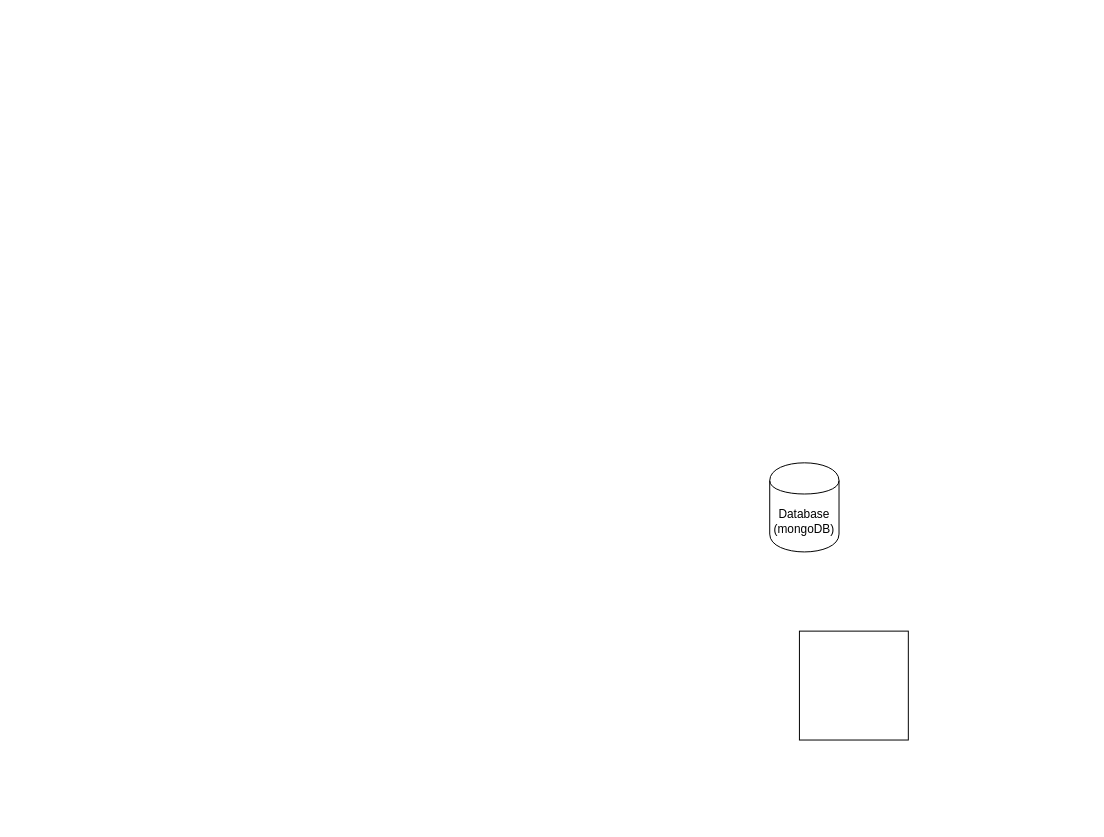
This is public/EI bot.drawio from xtforgame/az-drawio-dev, a draw.io file, before an edit. Source tidied: cells renumbered, new cells numbered last; positions are measured from the earlier drawing's top-left corner, leaving out a move shared by most shapes. Both pictures are drawn from the tidied source at 99%, with x=0, y=0 at pixel (769, 462).
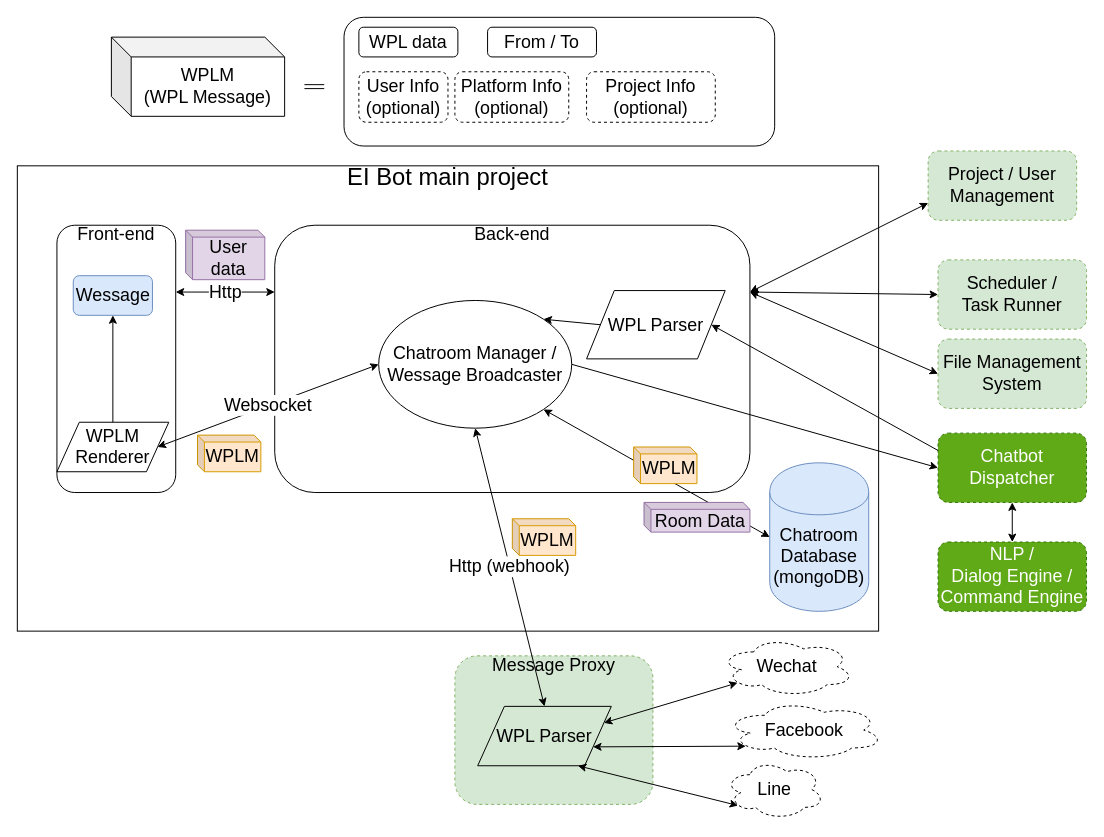
The same diagram, later.

Change to the diagram source:
```diff
@@
-    <mxCell id="2" style="whiteSpace=wrap;html=1;" parent="1" vertex="1">
-      <mxGeometry x="30" y="170" width="110" height="110" as="geometry" />
-    </mxCell>
+    <mxCell id="4" value="&lt;font&gt;&lt;font style=&quot;font-size: 24px&quot;&gt;EI Bot main project&lt;br&gt;&lt;br&gt;&lt;br&gt;&lt;br&gt;&lt;br&gt;&lt;br&gt;&lt;br&gt;&lt;br&gt;&lt;br&gt;&lt;br&gt;&lt;br&gt;&lt;br&gt;&lt;br&gt;&lt;br&gt;&lt;br&gt;&lt;br&gt;&lt;/font&gt;&lt;br&gt;&lt;/font&gt;" style="rounded=0;whiteSpace=wrap;html=1;fillColor=none;" parent="1" vertex="1">
+      <mxGeometry x="-760" y="-300" width="870" height="470" as="geometry" />
+    </mxCell>
+    <mxCell id="5" value="&lt;font style=&quot;font-size: 18px&quot;&gt;Front-end&lt;br&gt;&lt;br&gt;&lt;br&gt;&lt;br&gt;&lt;br&gt;&lt;br&gt;&lt;br&gt;&lt;br&gt;&lt;br&gt;&lt;br&gt;&lt;br&gt;&lt;br&gt;&lt;/font&gt;&lt;br&gt;" style="rounded=1;whiteSpace=wrap;html=1;fillColor=none;" parent="1" vertex="1">
+      <mxGeometry x="-720" y="-240" width="120" height="270" as="geometry" />
+    </mxCell>
-    <mxCell id="3" value="Database&lt;br&gt;(mongoDB)&lt;br&gt;" style="shape=cylinder;whiteSpace=wrap;html=1;boundedLbl=1;backgroundOutline=1;" parent="1" vertex="1">
-      <mxGeometry width="70" height="90" as="geometry" />
+    <mxCell id="3" value="&lt;font style=&quot;font-size: 18px&quot;&gt;Chatroom&lt;br&gt;Database&lt;br&gt;(mongoDB)&lt;/font&gt;&lt;br&gt;" style="shape=cylinder;whiteSpace=wrap;html=1;boundedLbl=1;backgroundOutline=1;fillColor=#dae8fc;strokeColor=#6c8ebf;" parent="1" vertex="1">
+      <mxGeometry width="100" height="150" as="geometry" />
     </mxCell>
+    <mxCell id="6" value="&lt;font style=&quot;font-size: 18px&quot;&gt;Back-end&lt;br&gt;&lt;br&gt;&lt;br&gt;&lt;br&gt;&lt;br&gt;&lt;br&gt;&lt;br&gt;&lt;br&gt;&lt;br&gt;&lt;br&gt;&lt;br&gt;&lt;br&gt;&lt;/font&gt;&lt;br&gt;" style="rounded=1;whiteSpace=wrap;html=1;fillColor=none;" parent="1" vertex="1">
+      <mxGeometry x="-500" y="-240" width="480" height="270" as="geometry" />
+    </mxCell>
+    <mxCell id="7" value="Project / User Management" style="rounded=1;whiteSpace=wrap;html=1;fillColor=#d5e8d4;dashed=1;strokeColor=#82b366;fontSize=18;" parent="1" vertex="1">
+      <mxGeometry x="160" y="-315" width="150" height="70" as="geometry" />
+    </mxCell>
+    <mxCell id="8" value="&lt;font style=&quot;font-size: 18px&quot;&gt;Websocket&lt;/font&gt;&lt;br&gt;" style="endArrow=classic;startArrow=classic;html=1;entryX=0;entryY=0.5;entryDx=0;entryDy=0;exitX=1;exitY=0.5;exitDx=0;exitDy=0;" parent="1" edge="1" source="27" target="20">
+      <mxGeometry relative="1" as="geometry" />
+    </mxCell>
+    <mxCell id="9" value="&lt;font style=&quot;font-size: 18px&quot;&gt;Http&lt;/font&gt;&lt;br&gt;" style="endArrow=classic;startArrow=classic;html=1;entryX=0;entryY=0.25;entryDx=0;entryDy=0;exitX=1;exitY=0.25;exitDx=0;exitDy=0;" parent="1" edge="1" source="5" target="6">
+      <mxGeometry relative="1" as="geometry" />
+    </mxCell>
+    <mxCell id="10" style="endArrow=classic;startArrow=classic;html=1;entryX=0;entryY=0.75;entryDx=0;entryDy=0;exitX=1;exitY=0.25;exitDx=0;exitDy=0;" parent="1" edge="1" source="6" target="7">
+      <mxGeometry relative="1" as="geometry" />
+    </mxCell>
+    <mxCell id="11" value="Scheduler /&lt;br&gt;Task Runner&lt;br style=&quot;font-size: 18px&quot;&gt;" style="rounded=1;whiteSpace=wrap;html=1;fillColor=#d5e8d4;dashed=1;strokeColor=#82b366;fontSize=18;" parent="1" vertex="1">
+      <mxGeometry x="170" y="-205" width="150" height="70" as="geometry" />
+    </mxCell>
+    <mxCell id="12" style="endArrow=classic;startArrow=classic;html=1;entryX=0;entryY=0.5;entryDx=0;entryDy=0;exitX=1;exitY=0.25;exitDx=0;exitDy=0;" parent="1" edge="1" source="6" target="11">
+      <mxGeometry relative="1" as="geometry" />
+    </mxCell>
+    <mxCell id="13" value="Chatbot Dispatcher" style="rounded=1;whiteSpace=wrap;html=1;fillColor=#60a917;dashed=1;strokeColor=#2D7600;fontSize=18;fontColor=#ffffff;" parent="1" vertex="1">
+      <mxGeometry x="170" y="-30" width="150" height="70" as="geometry" />
+    </mxCell>
+    <mxCell id="14" value="WPL Parser&lt;br style=&quot;font-size: 18px;&quot;&gt;" style="shape=parallelogram;perimeter=parallelogramPerimeter;whiteSpace=wrap;html=1;fillColor=none;fontSize=18;" parent="1" vertex="1">
+      <mxGeometry x="-185" y="-174" width="140" height="69" as="geometry" />
+    </mxCell>
+    <mxCell id="15" value="&lt;font style=&quot;font-size: 18px&quot;&gt;WPLM&lt;/font&gt;" style="shape=cube;whiteSpace=wrap;html=1;boundedLbl=1;backgroundOutline=1;darkOpacity=0.05;darkOpacity2=0.1;fillColor=#ffe6cc;size=7;strokeColor=#d79b00;" parent="1" vertex="1">
+      <mxGeometry x="-578" y="-28" width="64" height="37" as="geometry" />
+    </mxCell>
+    <mxCell id="16" value="&lt;span style=&quot;font-size: 18px&quot;&gt;User data&lt;/span&gt;&lt;br&gt;" style="shape=cube;whiteSpace=wrap;html=1;boundedLbl=1;backgroundOutline=1;darkOpacity=0.05;darkOpacity2=0.1;fillColor=#e1d5e7;size=7;strokeColor=#9673a6;" parent="1" vertex="1">
+      <mxGeometry x="-590" y="-235" width="80" height="50" as="geometry" />
+    </mxCell>
+    <mxCell id="17" value="File Management System&lt;br style=&quot;font-size: 18px&quot;&gt;" style="rounded=1;whiteSpace=wrap;html=1;fillColor=#d5e8d4;dashed=1;strokeColor=#82b366;fontSize=18;" parent="1" vertex="1">
+      <mxGeometry x="170" y="-125" width="150" height="70" as="geometry" />
+    </mxCell>
+    <mxCell id="18" style="endArrow=classic;startArrow=classic;html=1;entryX=0;entryY=0.5;entryDx=0;entryDy=0;exitX=1;exitY=0.25;exitDx=0;exitDy=0;" parent="1" edge="1" source="6" target="17">
+      <mxGeometry relative="1" as="geometry" />
+    </mxCell>
+    <mxCell id="19" style="endArrow=classic;html=1;entryX=0;entryY=0.5;entryDx=0;entryDy=0;exitX=1;exitY=0.5;exitDx=0;exitDy=0;" parent="1" edge="1" source="20" target="13">
+      <mxGeometry relative="1" as="geometry" />
+    </mxCell>
+    <mxCell id="20" value="Chatroom&amp;nbsp;Manager / Wessage Broadcaster" style="ellipse;whiteSpace=wrap;html=1;fillColor=none;fontSize=18;" parent="1" vertex="1">
+      <mxGeometry x="-395" y="-164" width="195" height="129" as="geometry" />
+    </mxCell>
+    <mxCell id="21" style="endArrow=classic;html=1;entryX=1;entryY=0.5;entryDx=0;entryDy=0;exitX=0;exitY=0.25;exitDx=0;exitDy=0;" parent="1" edge="1" source="13" target="14">
+      <mxGeometry relative="1" as="geometry" />
+    </mxCell>
+    <mxCell id="22" style="endArrow=classic;html=1;entryX=1;entryY=0;entryDx=0;entryDy=0;exitX=0;exitY=0.5;exitDx=0;exitDy=0;" parent="1" edge="1" source="14" target="20">
+      <mxGeometry relative="1" as="geometry" />
+    </mxCell>
+    <mxCell id="23" value="Message Proxy&lt;br style=&quot;font-size: 18px&quot;&gt;&lt;br style=&quot;font-size: 18px&quot;&gt;&lt;br style=&quot;font-size: 18px&quot;&gt;&lt;br style=&quot;font-size: 18px&quot;&gt;&lt;br style=&quot;font-size: 18px&quot;&gt;&lt;br style=&quot;font-size: 18px&quot;&gt;&lt;br style=&quot;font-size: 18px&quot;&gt;" style="rounded=1;whiteSpace=wrap;html=1;fillColor=#d5e8d4;dashed=1;strokeColor=#82b366;fontSize=18;" parent="1" vertex="1">
+      <mxGeometry x="-318" y="195" width="200" height="150" as="geometry" />
+    </mxCell>
+    <mxCell id="24" value="&lt;font style=&quot;font-size: 18px&quot;&gt;Http (webhook)&lt;/font&gt;&lt;br&gt;" style="endArrow=classic;startArrow=classic;html=1;entryX=0.5;entryY=1;entryDx=0;entryDy=0;exitX=0.5;exitY=0;exitDx=0;exitDy=0;" parent="1" edge="1" source="46" target="20">
+      <mxGeometry relative="1" as="geometry" />
+    </mxCell>
+    <mxCell id="25" style="endArrow=classic;startArrow=classic;html=1;entryX=0;entryY=0.5;entryDx=0;entryDy=0;exitX=1;exitY=1;exitDx=0;exitDy=0;" parent="1" edge="1" source="20" target="3">
+      <mxGeometry relative="1" as="geometry" />
+    </mxCell>
+    <mxCell id="26" value="NLP /&lt;br&gt;Dialog Engine / Command Engine" style="rounded=1;whiteSpace=wrap;html=1;fillColor=#60a917;dashed=1;strokeColor=#2D7600;fontSize=18;fontColor=#ffffff;" parent="1" vertex="1">
+      <mxGeometry x="170" y="80" width="150" height="70" as="geometry" />
+    </mxCell>
+    <mxCell id="27" value="&lt;font style=&quot;font-size: 18px&quot;&gt;WPLM Renderer&lt;/font&gt;&lt;br&gt;" style="shape=parallelogram;perimeter=parallelogramPerimeter;whiteSpace=wrap;html=1;fillColor=none;" parent="1" vertex="1">
+      <mxGeometry x="-720" y="-41" width="113" height="50" as="geometry" />
+    </mxCell>
+    <mxCell id="28" value="WPLM&lt;br style=&quot;font-size: 18px;&quot;&gt;(WPL Message)" style="shape=cube;whiteSpace=wrap;html=1;boundedLbl=1;backgroundOutline=1;darkOpacity=0.05;darkOpacity2=0.1;fillColor=none;fontSize=18;" parent="1" vertex="1">
+      <mxGeometry x="-665" y="-430" width="175" height="80" as="geometry" />
+    </mxCell>
+    <mxCell id="29" style="shape=link;html=1;fontSize=18;" parent="1" edge="1">
+      <mxGeometry relative="1" as="geometry">
+        <mxPoint x="-470" y="-380" as="sourcePoint" />
+        <mxPoint x="-450" y="-380" as="targetPoint" />
+      </mxGeometry>
+    </mxCell>
+    <mxCell id="30" style="rounded=1;whiteSpace=wrap;html=1;fillColor=none;" parent="1" vertex="1">
+      <mxGeometry x="-430" y="-450" width="435" height="130" as="geometry" />
+    </mxCell>
+    <mxCell id="31" value="WPL data" style="rounded=1;whiteSpace=wrap;html=1;fillColor=none;fontSize=18;" parent="1" vertex="1">
+      <mxGeometry x="-415" y="-440" width="100" height="30" as="geometry" />
+    </mxCell>
+    <mxCell id="32" value="From / To" style="rounded=1;whiteSpace=wrap;html=1;fillColor=none;fontSize=18;" parent="1" vertex="1">
+      <mxGeometry x="-285" y="-440" width="110" height="30" as="geometry" />
+    </mxCell>
+    <mxCell id="33" value="User Info (optional)" style="rounded=1;whiteSpace=wrap;html=1;fillColor=none;dashed=1;fontSize=18;" parent="1" vertex="1">
+      <mxGeometry x="-415" y="-395" width="90" height="51" as="geometry" />
+    </mxCell>
+    <mxCell id="34" value="Project Info (optional)" style="rounded=1;whiteSpace=wrap;html=1;fillColor=none;dashed=1;fontSize=18;" parent="1" vertex="1">
+      <mxGeometry x="-185" y="-395" width="130" height="51" as="geometry" />
+    </mxCell>
+    <mxCell id="35" value="Platform Info (optional)" style="rounded=1;whiteSpace=wrap;html=1;fillColor=none;dashed=1;fontSize=18;" parent="1" vertex="1">
+      <mxGeometry x="-318" y="-395" width="115" height="51" as="geometry" />
+    </mxCell>
+    <mxCell id="36" value="Line" style="ellipse;shape=cloud;whiteSpace=wrap;html=1;rounded=1;dashed=1;fontSize=18;" parent="1" vertex="1">
+      <mxGeometry x="-45" y="300" width="100" height="60" as="geometry" />
+    </mxCell>
+    <mxCell id="37" value="Facebook" style="ellipse;shape=cloud;whiteSpace=wrap;html=1;rounded=1;dashed=1;fontSize=18;" parent="1" vertex="1">
+      <mxGeometry x="-45" y="240" width="160" height="60" as="geometry" />
+    </mxCell>
+    <mxCell id="38" value="Wechat" style="ellipse;shape=cloud;whiteSpace=wrap;html=1;rounded=1;dashed=1;fontSize=18;" parent="1" vertex="1">
+      <mxGeometry x="-50" y="176" width="135" height="60" as="geometry" />
+    </mxCell>
+    <mxCell id="39" style="endArrow=classic;startArrow=classic;html=1;entryX=0.75;entryY=1;entryDx=0;entryDy=0;exitX=0.13;exitY=0.77;exitDx=0;exitDy=0;exitPerimeter=0;" parent="1" edge="1" source="36" target="46">
+      <mxGeometry relative="1" as="geometry" />
+    </mxCell>
+    <mxCell id="40" style="endArrow=classic;startArrow=classic;html=1;entryX=1;entryY=0.75;entryDx=0;entryDy=0;exitX=0.13;exitY=0.77;exitDx=0;exitDy=0;exitPerimeter=0;" parent="1" edge="1" source="37" target="46">
+      <mxGeometry relative="1" as="geometry" />
+    </mxCell>
+    <mxCell id="41" style="endArrow=classic;startArrow=classic;html=1;entryX=1;entryY=0.25;entryDx=0;entryDy=0;exitX=0.13;exitY=0.77;exitDx=0;exitDy=0;exitPerimeter=0;" parent="1" edge="1" source="38" target="46">
+      <mxGeometry relative="1" as="geometry" />
+    </mxCell>
+    <mxCell id="42" value="&lt;font style=&quot;font-size: 18px&quot;&gt;Room Data&lt;/font&gt;&lt;br&gt;" style="shape=cube;whiteSpace=wrap;html=1;boundedLbl=1;backgroundOutline=1;darkOpacity=0.05;darkOpacity2=0.1;fillColor=#e1d5e7;size=7;strokeColor=#9673a6;" parent="1" vertex="1">
+      <mxGeometry x="-127" y="40" width="107" height="30" as="geometry" />
+    </mxCell>
+    <mxCell id="43" style="endArrow=classic;startArrow=classic;html=1;entryX=0.5;entryY=0;entryDx=0;entryDy=0;exitX=0.5;exitY=1;exitDx=0;exitDy=0;" parent="1" edge="1" source="13" target="26">
+      <mxGeometry relative="1" as="geometry" />
+    </mxCell>
+    <mxCell id="44" style="endArrow=classic;html=1;entryX=0.5;entryY=1;entryDx=0;entryDy=0;" parent="1" edge="1" source="27" target="45">
+      <mxGeometry relative="1" as="geometry" />
+    </mxCell>
+    <mxCell id="45" value="&lt;font style=&quot;font-size: 18px&quot;&gt;Wessage&lt;/font&gt;" style="rounded=1;whiteSpace=wrap;html=1;fillColor=#dae8fc;strokeColor=#6c8ebf;" parent="1" vertex="1">
+      <mxGeometry x="-703.5" y="-189" width="80" height="40" as="geometry" />
+    </mxCell>
+    <mxCell id="46" value="WPL Parser&lt;br style=&quot;font-size: 18px;&quot;&gt;" style="shape=parallelogram;perimeter=parallelogramPerimeter;whiteSpace=wrap;html=1;fillColor=none;fontSize=18;" parent="1" vertex="1">
+      <mxGeometry x="-295" y="246" width="135" height="60" as="geometry" />
+    </mxCell>
+    <mxCell id="47" value="&lt;font style=&quot;font-size: 18px&quot;&gt;WPLM&lt;/font&gt;" style="shape=cube;whiteSpace=wrap;html=1;boundedLbl=1;backgroundOutline=1;darkOpacity=0.05;darkOpacity2=0.1;fillColor=#ffe6cc;size=7;strokeColor=#d79b00;" parent="1" vertex="1">
+      <mxGeometry x="-260" y="56.5" width="64" height="37" as="geometry" />
+    </mxCell>
+    <mxCell id="48" value="&lt;font style=&quot;font-size: 18px&quot;&gt;WPLM&lt;/font&gt;" style="shape=cube;whiteSpace=wrap;html=1;boundedLbl=1;backgroundOutline=1;darkOpacity=0.05;darkOpacity2=0.1;fillColor=#ffe6cc;size=7;strokeColor=#d79b00;" parent="1" vertex="1">
+      <mxGeometry x="-137.5" y="-16" width="64" height="37" as="geometry" />
+    </mxCell>
```
